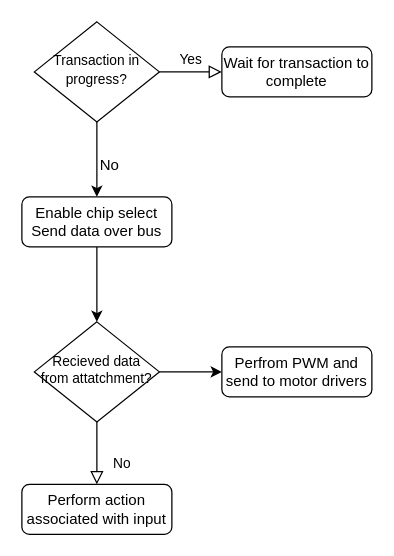
The draw.io diagram test.dio in Kyle-912/HDL, before the edit. Source tidied: cells renumbered, new cells numbered last; positions are measured from the earlier drawing's top-left corner, leaving out a move shared by most shapes. Both pictures are drawn from the tidied source at 125%, with x=0, y=0 at pixel (21, 21).
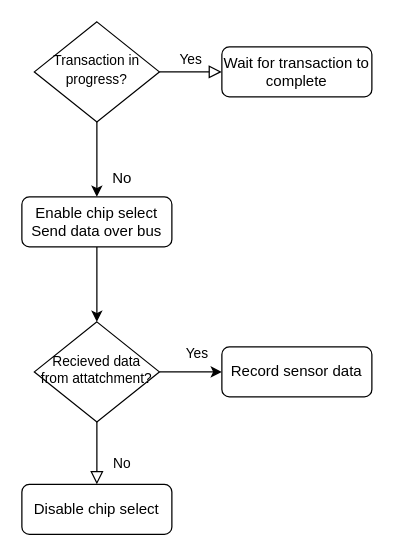
The same page after the edit.

The edit, as a diff of the source:
```diff
@@
 <mxGraphModel>
   <root>
     <mxCell id="0" />
     <mxCell id="1" parent="0" />
     <mxCell id="2" style="edgeStyle=none;html=1;exitX=0.5;exitY=1;exitDx=0;exitDy=0;entryX=0.5;entryY=0;entryDx=0;entryDy=0;" parent="1" edge="1" source="3" target="10">
       <mxGeometry relative="1" as="geometry" />
     </mxCell>
     <mxCell id="3" value="Enable chip select&lt;br&gt;Send data over bus" style="rounded=1;whiteSpace=wrap;html=1;fontSize=12;glass=0;strokeWidth=1;shadow=0;" parent="1" vertex="1">
       <mxGeometry y="140" width="120" height="40" as="geometry" />
     </mxCell>
     <mxCell id="4" value="Yes" style="edgeStyle=orthogonalEdgeStyle;rounded=0;html=1;jettySize=auto;fontSize=11;endArrow=block;endFill=0;endSize=8;strokeWidth=1;shadow=0;labelBackgroundColor=none;" parent="1" edge="1" source="6" target="7">
       <mxGeometry y="10" relative="1" as="geometry" />
     </mxCell>
     <mxCell id="5" style="edgeStyle=none;html=1;exitX=0.5;exitY=1;exitDx=0;exitDy=0;entryX=0.5;entryY=0;entryDx=0;entryDy=0;" parent="1" edge="1" source="6" target="3">
       <mxGeometry relative="1" as="geometry">
         <Array as="points">
           <mxPoint x="60" y="110" />
         </Array>
       </mxGeometry>
     </mxCell>
     <mxCell id="6" value="&lt;font style=&quot;font-size: 11px;&quot;&gt;Transaction in progress?&lt;/font&gt;" style="rhombus;whiteSpace=wrap;html=1;shadow=0;fontFamily=Helvetica;fontSize=12;align=center;strokeWidth=1;spacing=6;spacingTop=-4;" parent="1" vertex="1">
       <mxGeometry x="10" width="100" height="80" as="geometry" />
     </mxCell>
     <mxCell id="7" value="Wait for transaction to complete" style="rounded=1;whiteSpace=wrap;html=1;fontSize=12;glass=0;strokeWidth=1;shadow=0;" parent="1" vertex="1">
       <mxGeometry x="160" y="20" width="120" height="40" as="geometry" />
     </mxCell>
     <mxCell id="8" value="No" style="rounded=0;html=1;jettySize=auto;fontSize=11;endArrow=block;endFill=0;endSize=8;strokeWidth=1;shadow=0;labelBackgroundColor=none;edgeStyle=orthogonalEdgeStyle;" parent="1" edge="1" source="10" target="11">
       <mxGeometry x="0.33" y="20" relative="1" as="geometry" />
     </mxCell>
     <mxCell id="9" style="edgeStyle=none;html=1;exitX=1;exitY=0.5;exitDx=0;exitDy=0;entryX=0;entryY=0.5;entryDx=0;entryDy=0;fontSize=11;" parent="1" edge="1" source="10" target="12">
       <mxGeometry relative="1" as="geometry" />
     </mxCell>
     <mxCell id="10" value="&lt;p style=&quot;line-height: 110%; font-size: 11px;&quot;&gt;Recieved data from attatchment?&lt;/p&gt;" style="rhombus;whiteSpace=wrap;html=1;shadow=0;fontFamily=Helvetica;fontSize=12;align=center;strokeWidth=1;spacing=6;spacingTop=-4;" parent="1" vertex="1">
       <mxGeometry x="10" y="240" width="100" height="80" as="geometry" />
     </mxCell>
-    <mxCell id="11" value="Perform action associated with input" style="rounded=1;whiteSpace=wrap;html=1;fontSize=12;glass=0;strokeWidth=1;shadow=0;" parent="1" vertex="1">
+    <mxCell id="11" value="Disable chip select" style="rounded=1;whiteSpace=wrap;html=1;fontSize=12;glass=0;strokeWidth=1;shadow=0;" parent="1" vertex="1">
       <mxGeometry y="370" width="120" height="40" as="geometry" />
     </mxCell>
-    <mxCell id="12" value="Perfrom PWM and send to motor drivers" style="rounded=1;whiteSpace=wrap;html=1;fontSize=12;glass=0;strokeWidth=1;shadow=0;" parent="1" vertex="1">
+    <mxCell id="12" value="Record sensor data" style="rounded=1;whiteSpace=wrap;html=1;fontSize=12;glass=0;strokeWidth=1;shadow=0;" parent="1" vertex="1">
       <mxGeometry x="160" y="260" width="120" height="40" as="geometry" />
     </mxCell>
     <mxCell id="13" value="No" style="text;html=1;align=center;verticalAlign=middle;strokeColor=none;fillColor=none;" parent="1" vertex="1">
-      <mxGeometry x="50" y="100" width="40" height="30" as="geometry" />
+      <mxGeometry x="60" y="110" width="40" height="30" as="geometry" />
     </mxCell>
+    <mxCell id="14" value="Yes" style="text;html=1;align=center;verticalAlign=middle;strokeColor=none;fillColor=none;fontSize=11;" parent="1" vertex="1">
+      <mxGeometry x="120" y="250" width="40" height="30" as="geometry" />
+    </mxCell>
   </root>
 </mxGraphModel>
```
